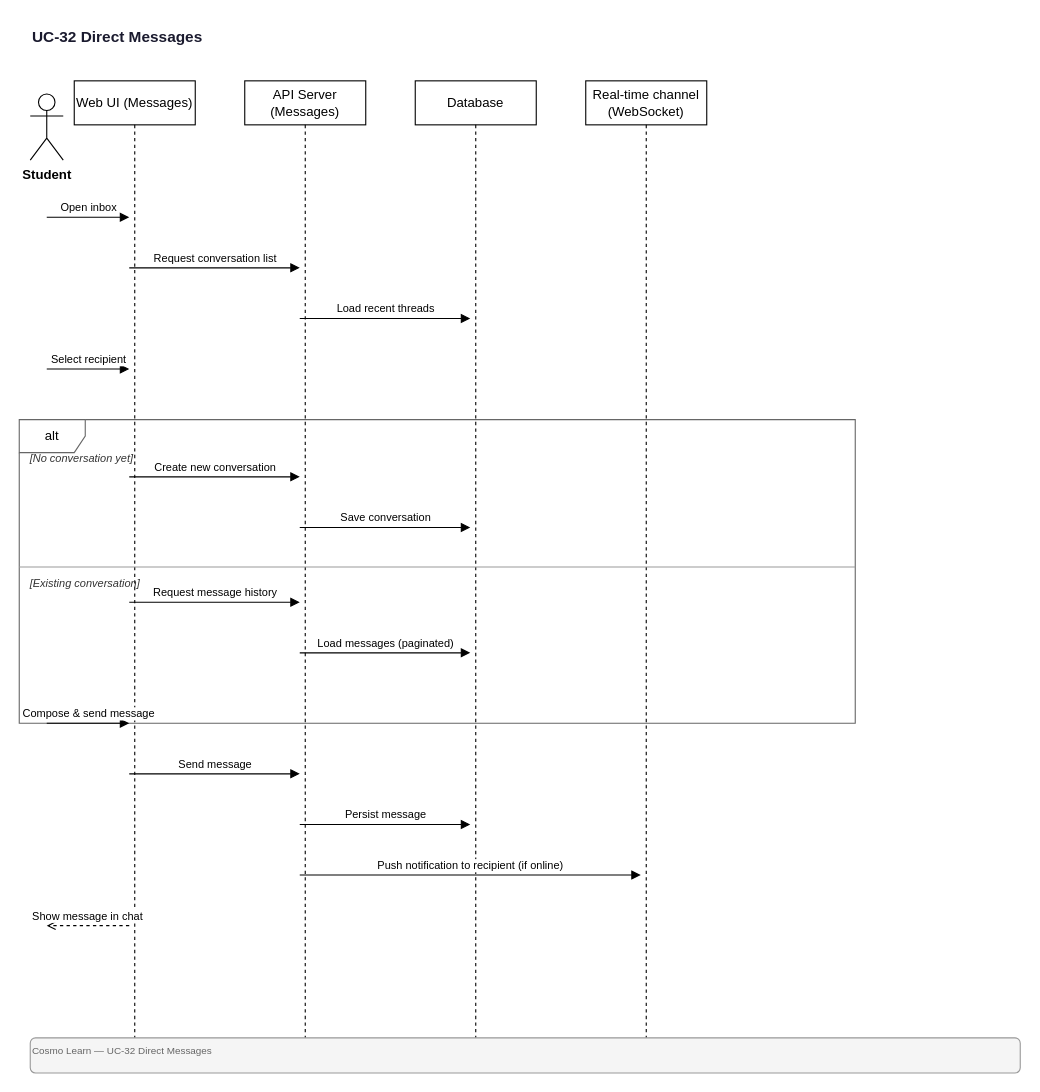
This is docs/diagrams/sequence/UC-32-Direct-Messages.drawio from quangg1/ASTRO_EDU, a draw.io file, before an edit. Source tidied: cells renumbered, new cells numbered last; positions are measured from the earlier drawing's top-left corner, leaving out a move shared by most shapes. Both pictures are drawn from the tidied source at 110%, with x=0, y=0 at pixel (19, 19).
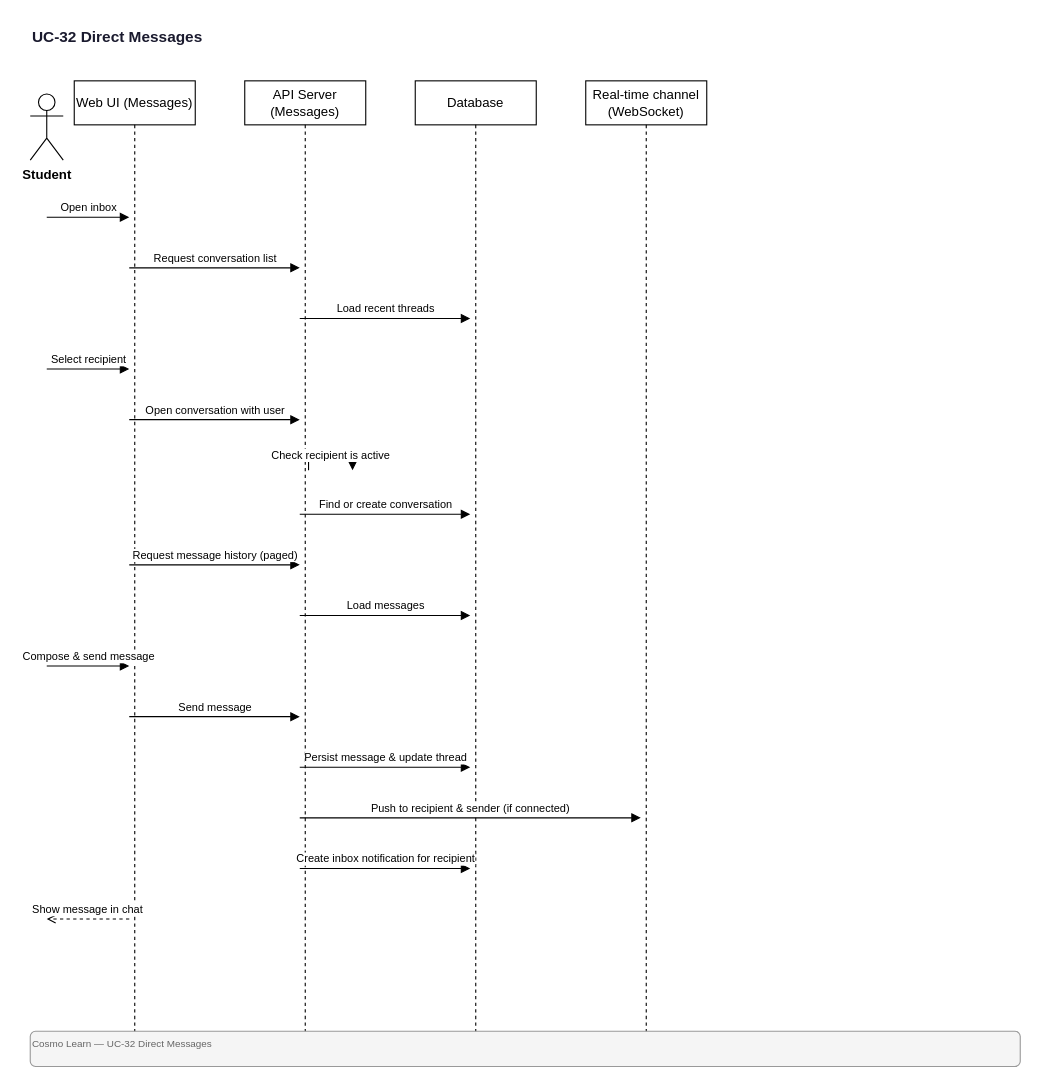
Above is the later version.

Change to the diagram source:
```diff
@@
     <mxCell id="4" value="Web UI (Messages)" style="shape=umlLifeline;perimeter=lifelinePerimeter;whiteSpace=wrap;html=1;size=40;" parent="1" vertex="1">
-      <mxGeometry x="50" y="56" width="110" height="872" as="geometry" />
+      <mxGeometry x="50" y="56" width="110" height="866" as="geometry" />
     </mxCell>
     <mxCell id="5" value="API Server (Messages)" style="shape=umlLifeline;perimeter=lifelinePerimeter;whiteSpace=wrap;html=1;size=40;" parent="1" vertex="1">
-      <mxGeometry x="205" y="56" width="110" height="872" as="geometry" />
+      <mxGeometry x="205" y="56" width="110" height="866" as="geometry" />
     </mxCell>
     <mxCell id="6" value="Database" style="shape=umlLifeline;perimeter=lifelinePerimeter;whiteSpace=wrap;html=1;size=40;" parent="1" vertex="1">
-      <mxGeometry x="360" y="56" width="110" height="872" as="geometry" />
+      <mxGeometry x="360" y="56" width="110" height="866" as="geometry" />
     </mxCell>
     <mxCell id="7" value="Real-time channel (WebSocket)" style="shape=umlLifeline;perimeter=lifelinePerimeter;whiteSpace=wrap;html=1;size=40;" parent="1" vertex="1">
-      <mxGeometry x="515" y="56" width="110" height="872" as="geometry" />
+      <mxGeometry x="515" y="56" width="110" height="866" as="geometry" />
     </mxCell>
@@
-    <mxCell id="12" value="alt" style="shape=umlFrame;whiteSpace=wrap;html=1;fillColor=none;strokeColor=#666666;" parent="1" vertex="1">
-      <mxGeometry y="364" width="760" height="276" as="geometry" />
+    <mxCell id="12" value="Open conversation with user" style="endArrow=block;endFill=1;html=1;fontSize=10;verticalAlign=bottom;" parent="1" edge="1">
+      <mxGeometry relative="1" as="geometry">
+        <mxPoint x="100" y="364" as="sourcePoint" />
+        <mxPoint x="255" y="364" as="targetPoint" />
+      </mxGeometry>
     </mxCell>
-    <mxCell id="13" value="[No conversation yet]" style="text;html=1;strokeColor=none;fillColor=none;align=left;verticalAlign=middle;fontSize=10;fontStyle=2;fontColor=#333333;" parent="1" vertex="1">
-      <mxGeometry x="8" y="390" width="744" height="18" as="geometry" />
+    <mxCell id="13" value="Check recipient is active" style="endArrow=block;endFill=1;html=1;fontSize=10;edgeStyle=orthogonalEdgeStyle;rounded=0;" parent="1" edge="1">
+      <mxGeometry relative="1" as="geometry">
+        <mxPoint x="263" y="410" as="sourcePoint" />
+        <mxPoint x="303" y="410" as="targetPoint" />
+        <Array as="points">
+          <mxPoint x="303" y="396" />
+          <mxPoint x="263" y="396" />
+        </Array>
+      </mxGeometry>
     </mxCell>
-    <mxCell id="14" value="Create new conversation" style="endArrow=block;endFill=1;html=1;fontSize=10;verticalAlign=bottom;" parent="1" edge="1">
+    <mxCell id="14" value="Find or create conversation" style="endArrow=block;endFill=1;html=1;fontSize=10;verticalAlign=bottom;" parent="1" edge="1">
       <mxGeometry relative="1" as="geometry">
-        <mxPoint x="100" y="416" as="sourcePoint" />
-        <mxPoint x="255" y="416" as="targetPoint" />
+        <mxPoint x="255" y="450" as="sourcePoint" />
+        <mxPoint x="410" y="450" as="targetPoint" />
       </mxGeometry>
     </mxCell>
-    <mxCell id="15" value="Save conversation" style="endArrow=block;endFill=1;html=1;fontSize=10;verticalAlign=bottom;" parent="1" edge="1">
+    <mxCell id="15" value="Request message history (paged)" style="endArrow=block;endFill=1;html=1;fontSize=10;verticalAlign=bottom;" parent="1" edge="1">
       <mxGeometry relative="1" as="geometry">
-        <mxPoint x="255" y="462" as="sourcePoint" />
-        <mxPoint x="410" y="462" as="targetPoint" />
+        <mxPoint x="100" y="496" as="sourcePoint" />
+        <mxPoint x="255" y="496" as="targetPoint" />
       </mxGeometry>
     </mxCell>
-    <mxCell id="16" value="[Existing conversation]" style="text;html=1;strokeColor=none;fillColor=none;align=left;verticalAlign=middle;fontSize=10;fontStyle=2;fontColor=#333333;" parent="1" vertex="1">
-      <mxGeometry x="8" y="504" width="744" height="18" as="geometry" />
+    <mxCell id="16" value="Load messages" style="endArrow=block;endFill=1;html=1;fontSize=10;verticalAlign=bottom;" parent="1" edge="1">
+      <mxGeometry relative="1" as="geometry">
+        <mxPoint x="255" y="542" as="sourcePoint" />
+        <mxPoint x="410" y="542" as="targetPoint" />
+      </mxGeometry>
     </mxCell>
-    <mxCell id="17" style="endArrow=none;html=1;strokeWidth=1;strokeColor=#999999;" parent="1" edge="1">
+    <mxCell id="17" value="Compose &amp; send message" style="endArrow=block;endFill=1;html=1;fontSize=10;verticalAlign=bottom;" parent="1" edge="1">
       <mxGeometry relative="1" as="geometry">
-        <mxPoint y="498" as="sourcePoint" />
-        <mxPoint x="760" y="498" as="targetPoint" />
+        <mxPoint x="25" y="588" as="sourcePoint" />
+        <mxPoint x="100" y="588" as="targetPoint" />
       </mxGeometry>
     </mxCell>
-    <mxCell id="18" value="Request message history" style="endArrow=block;endFill=1;html=1;fontSize=10;verticalAlign=bottom;" parent="1" edge="1">
+    <mxCell id="18" value="Send message" style="endArrow=block;endFill=1;html=1;fontSize=10;verticalAlign=bottom;" parent="1" edge="1">
       <mxGeometry relative="1" as="geometry">
-        <mxPoint x="100" y="530" as="sourcePoint" />
-        <mxPoint x="255" y="530" as="targetPoint" />
+        <mxPoint x="100" y="634" as="sourcePoint" />
+        <mxPoint x="255" y="634" as="targetPoint" />
       </mxGeometry>
     </mxCell>
-    <mxCell id="19" value="Load messages (paginated)" style="endArrow=block;endFill=1;html=1;fontSize=10;verticalAlign=bottom;" parent="1" edge="1">
+    <mxCell id="19" value="Persist message &amp; update thread" style="endArrow=block;endFill=1;html=1;fontSize=10;verticalAlign=bottom;" parent="1" edge="1">
       <mxGeometry relative="1" as="geometry">
-        <mxPoint x="255" y="576" as="sourcePoint" />
-        <mxPoint x="410" y="576" as="targetPoint" />
+        <mxPoint x="255" y="680" as="sourcePoint" />
+        <mxPoint x="410" y="680" as="targetPoint" />
       </mxGeometry>
     </mxCell>
-    <mxCell id="20" value="Compose &amp; send message" style="endArrow=block;endFill=1;html=1;fontSize=10;verticalAlign=bottom;" parent="1" edge="1">
+    <mxCell id="20" value="Push to recipient &amp; sender (if connected)" style="endArrow=block;endFill=1;html=1;fontSize=10;verticalAlign=bottom;" parent="1" edge="1">
       <mxGeometry relative="1" as="geometry">
-        <mxPoint x="25" y="640" as="sourcePoint" />
-        <mxPoint x="100" y="640" as="targetPoint" />
+        <mxPoint x="255" y="726" as="sourcePoint" />
+        <mxPoint x="565" y="726" as="targetPoint" />
       </mxGeometry>
     </mxCell>
-    <mxCell id="21" value="Send message" style="endArrow=block;endFill=1;html=1;fontSize=10;verticalAlign=bottom;" parent="1" edge="1">
+    <mxCell id="21" value="Create inbox notification for recipient" style="endArrow=block;endFill=1;html=1;fontSize=10;verticalAlign=bottom;" parent="1" edge="1">
       <mxGeometry relative="1" as="geometry">
-        <mxPoint x="100" y="686" as="sourcePoint" />
-        <mxPoint x="255" y="686" as="targetPoint" />
+        <mxPoint x="255" y="772" as="sourcePoint" />
+        <mxPoint x="410" y="772" as="targetPoint" />
       </mxGeometry>
     </mxCell>
-    <mxCell id="22" value="Persist message" style="endArrow=block;endFill=1;html=1;fontSize=10;verticalAlign=bottom;" parent="1" edge="1">
+    <mxCell id="22" value="Show message in chat" style="endArrow=open;endFill=0;html=1;dashed=1;fontSize=10;verticalAlign=bottom;" parent="1" edge="1">
       <mxGeometry relative="1" as="geometry">
-        <mxPoint x="255" y="732" as="sourcePoint" />
-        <mxPoint x="410" y="732" as="targetPoint" />
+        <mxPoint x="100" y="818" as="sourcePoint" />
+        <mxPoint x="25" y="818" as="targetPoint" />
       </mxGeometry>
     </mxCell>
-    <mxCell id="23" value="Push notification to recipient (if online)" style="endArrow=block;endFill=1;html=1;fontSize=10;verticalAlign=bottom;" parent="1" edge="1">
-      <mxGeometry relative="1" as="geometry">
-        <mxPoint x="255" y="778" as="sourcePoint" />
-        <mxPoint x="565" y="778" as="targetPoint" />
-      </mxGeometry>
+    <mxCell id="23" value="Cosmo Learn — UC-32 Direct Messages" style="text;html=1;strokeColor=#999;fillColor=#f5f5f5;align=left;verticalAlign=top;fontSize=9;fontColor=#666;rounded=1;" parent="1" vertex="1">
+      <mxGeometry x="10" y="920" width="900" height="32" as="geometry" />
     </mxCell>
-    <mxCell id="24" value="Show message in chat" style="endArrow=open;endFill=0;html=1;dashed=1;fontSize=10;verticalAlign=bottom;" parent="1" edge="1">
-      <mxGeometry relative="1" as="geometry">
-        <mxPoint x="100" y="824" as="sourcePoint" />
-        <mxPoint x="25" y="824" as="targetPoint" />
-      </mxGeometry>
-    </mxCell>
-    <mxCell id="25" value="Cosmo Learn — UC-32 Direct Messages" style="text;html=1;strokeColor=#999;fillColor=#f5f5f5;align=left;verticalAlign=top;fontSize=9;fontColor=#666;rounded=1;" parent="1" vertex="1">
-      <mxGeometry x="10" y="926" width="900" height="32" as="geometry" />
-    </mxCell>
```
